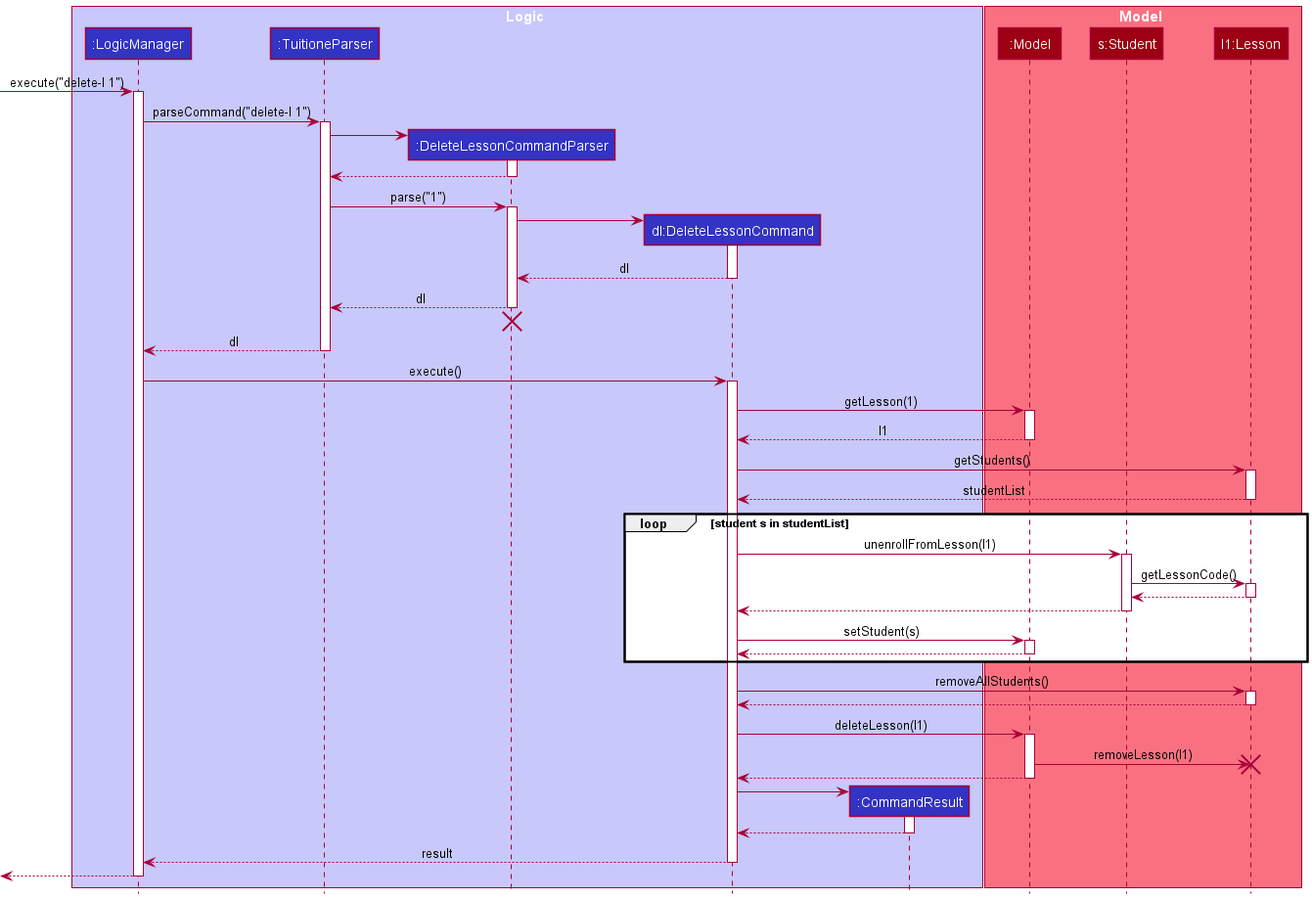
Before: docs/images/DeleteLessonSequenceDiagram.png, a diagram exported from PlantUML (nus-cs2103-AY2122S1/tp).
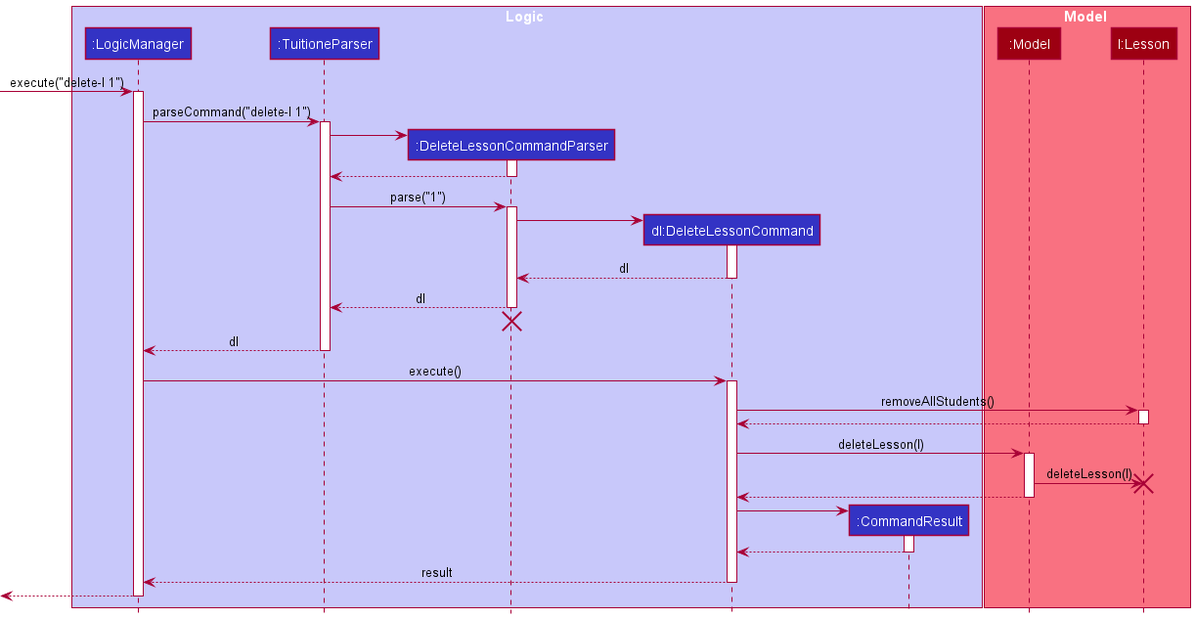
Above is the later version.

Commit message:
Update diagrams for delete lesson command

What changed in the source:
```diff
@@ -11,8 +11,7 @@
 
 box Model MODEL_COLOR_T1
 participant ":Model" as Model MODEL_COLOR
-participant "s:Student" as Student MODEL_COLOR
-participant "l1:Lesson" as Lesson MODEL_COLOR
+participant "l:Lesson" as Lesson MODEL_COLOR
 end box
 
 [-> LogicManager : execute("delete-l 1")
@@ -49,48 +48,16 @@
 LogicManager -> DeleteLessonCommand : execute()
 activate DeleteLessonCommand
 
-DeleteLessonCommand -> Model : getLesson(1)
-activate Model
-
-Model --> DeleteLessonCommand : l1
-deactivate Model
-
-DeleteLessonCommand -> Lesson : getStudents()
-activate Lesson
-
-Lesson --> DeleteLessonCommand : studentList
-deactivate Lesson
-
-loop student s in studentList
-    DeleteLessonCommand -> Student : unenrollFromLesson(l1)
-    activate Student
-
-    Student -> Lesson : getLessonCode()
-    activate Lesson
-
-    Lesson --> Student
-    deactivate Lesson
-
-    Student --> DeleteLessonCommand
-    deactivate Student
-
-    DeleteLessonCommand -> Model : setStudent(s)
-    activate Model
-
-    Model --> DeleteLessonCommand
-    deactivate Model
-end
-
 DeleteLessonCommand -> Lesson : removeAllStudents()
 activate Lesson
 
 Lesson --> DeleteLessonCommand
 deactivate Lesson
 
-DeleteLessonCommand -> Model : deleteLesson(l1)
+DeleteLessonCommand -> Model : deleteLesson(l)
 activate Model
 
-Model -> Lesson : removeLesson(l1)
+Model -> Lesson : deleteLesson(l)
 destroy Lesson
 
 Model --> DeleteLessonCommand
```
